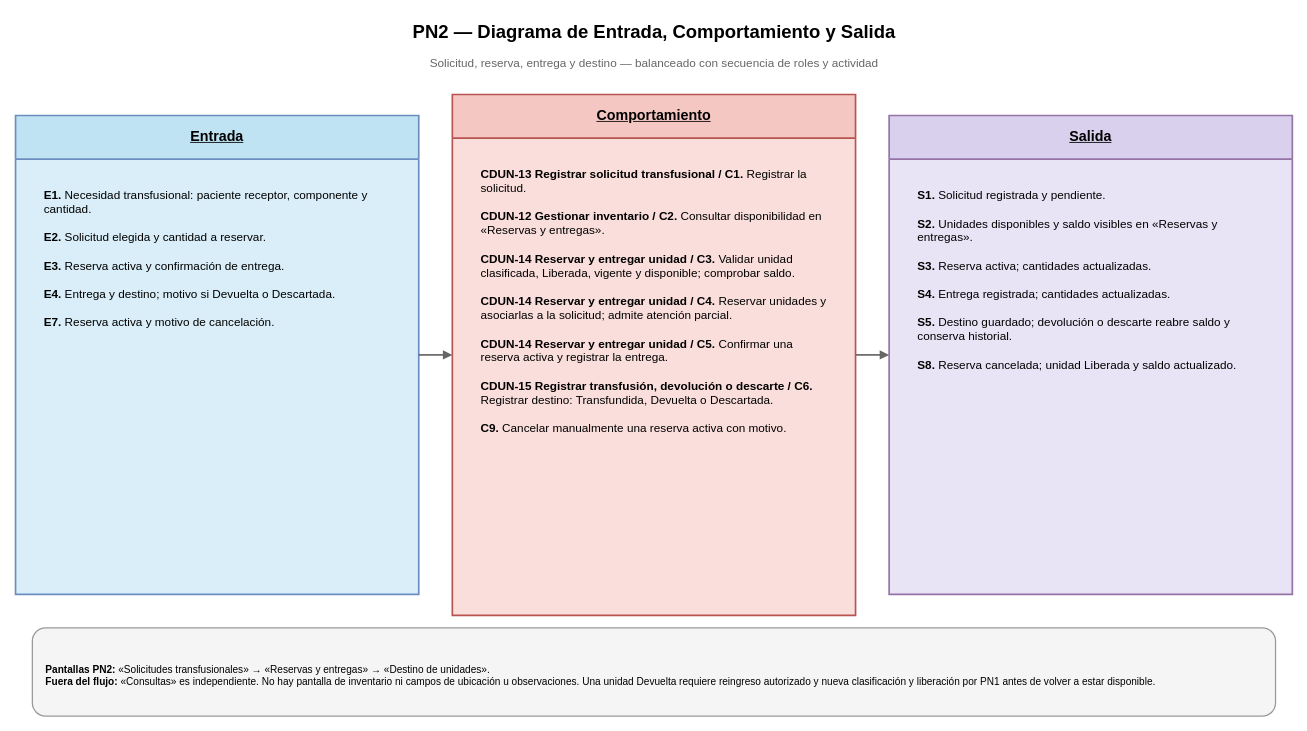
The draw.io diagram Diagramas/Secuencia de Roles/PN2_DiagramaEntradaComportamientoSalida.drawio in juanNH/Ingenieria-de-Software, before the edit. Source tidied: cells renumbered, new cells numbered last; positions are measured from the earlier drawing's top-left corner, leaving out a move shared by most shapes. Both pictures are drawn from the tidied source at 84%, with x=0, y=0 at pixel (15, 14).
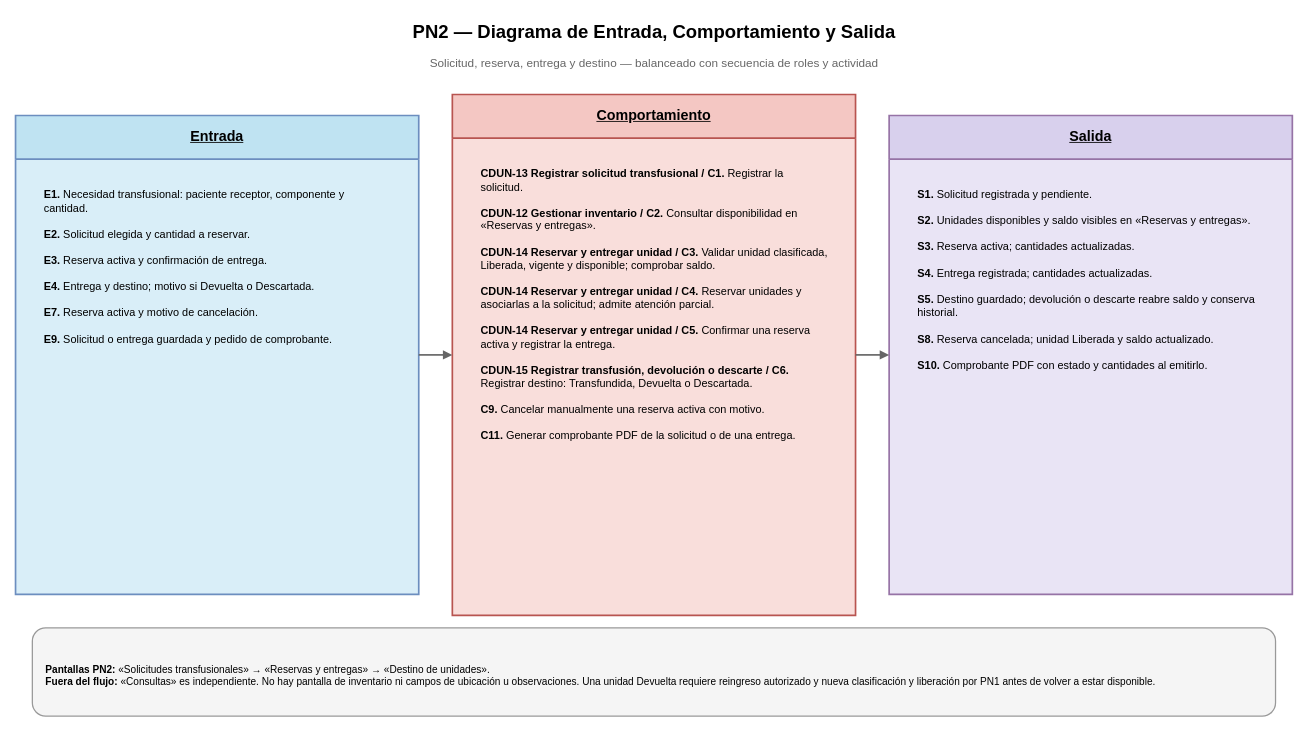
After the change.

The edit, as a diff of the source:
```diff
@@
 <mxGraphModel>
   <root>
     <mxCell id="0" />
     <mxCell id="1" parent="0" />
     <mxCell id="2" value="PN2 — Diagrama de Entrada, Comportamiento y Salida" style="text;html=1;strokeColor=none;fillColor=none;fontStyle=1;fontSize=22;align=center;verticalAlign=middle;fontFamily=Arial;" parent="1" vertex="1">
       <mxGeometry x="190" width="1140" height="42" as="geometry" />
     </mxCell>
     <mxCell id="3" value="Solicitud, reserva, entrega y destino — balanceado con secuencia de roles y actividad" style="text;html=1;strokeColor=none;fillColor=none;fontSize=14;align=center;verticalAlign=middle;fontColor=#666666;fontFamily=Arial;" parent="1" vertex="1">
       <mxGeometry x="130" y="44" width="1260" height="28" as="geometry" />
     </mxCell>
     <mxCell id="4" value="&lt;b&gt;&lt;u&gt;Entrada&lt;/u&gt;&lt;/b&gt;" style="swimlane;horizontal=1;startSize=52;whiteSpace=wrap;html=1;rounded=0;fillColor=#bfe3f2;swimlaneFillColor=#d9eef8;strokeColor=#6c8ebf;strokeWidth=2;fontSize=17;fontFamily=Arial;align=center;verticalAlign=middle;" parent="1" vertex="1">
       <mxGeometry y="120" width="480" height="570" as="geometry" />
     </mxCell>
     <mxCell id="5" value="&lt;b&gt;&lt;u&gt;Comportamiento&lt;/u&gt;&lt;/b&gt;" style="swimlane;horizontal=1;startSize=52;whiteSpace=wrap;html=1;rounded=0;fillColor=#f4c7c3;swimlaneFillColor=#f9dedb;strokeColor=#b85450;strokeWidth=2;fontSize=17;fontFamily=Arial;align=center;verticalAlign=middle;" parent="1" vertex="1">
       <mxGeometry x="520" y="95" width="480" height="620" as="geometry" />
     </mxCell>
     <mxCell id="6" value="&lt;b&gt;&lt;u&gt;Salida&lt;/u&gt;&lt;/b&gt;" style="swimlane;horizontal=1;startSize=52;whiteSpace=wrap;html=1;rounded=0;fillColor=#d8d0ed;swimlaneFillColor=#e9e4f5;strokeColor=#9673a6;strokeWidth=2;fontSize=17;fontFamily=Arial;align=center;verticalAlign=middle;" parent="1" vertex="1">
       <mxGeometry x="1040" y="120" width="480" height="570" as="geometry" />
     </mxCell>
-    <mxCell id="7" value="&lt;b&gt;E1.&lt;/b&gt; Necesidad transfusional: paciente receptor, componente y cantidad.&lt;br&gt;&lt;br&gt;&lt;b&gt;E2.&lt;/b&gt; Solicitud elegida y cantidad a reservar.&lt;br&gt;&lt;br&gt;&lt;b&gt;E3.&lt;/b&gt; Reserva activa y confirmación de entrega.&lt;br&gt;&lt;br&gt;&lt;b&gt;E4.&lt;/b&gt; Entrega y destino; motivo si Devuelta o Descartada.&lt;br&gt;&lt;br&gt;&lt;b&gt;E7.&lt;/b&gt; Reserva activa y motivo de cancelación." style="text;html=1;strokeColor=none;fillColor=none;whiteSpace=wrap;fontSize=14;fontFamily=Arial;align=left;verticalAlign=top;spacingLeft=12;spacingRight=12;spacingTop=10;" parent="1" vertex="1">
-      <mxGeometry x="20" y="190" width="440" height="480" as="geometry" />
+    <mxCell id="7" value="&lt;b&gt;E1.&lt;/b&gt; Necesidad transfusional: paciente receptor, componente y cantidad.&lt;br&gt;&lt;br&gt;&lt;b&gt;E2.&lt;/b&gt; Solicitud elegida y cantidad a reservar.&lt;br&gt;&lt;br&gt;&lt;b&gt;E3.&lt;/b&gt; Reserva activa y confirmación de entrega.&lt;br&gt;&lt;br&gt;&lt;b&gt;E4.&lt;/b&gt; Entrega y destino; motivo si Devuelta o Descartada.&lt;br&gt;&lt;br&gt;&lt;b&gt;E7.&lt;/b&gt; Reserva activa y motivo de cancelación.&lt;br&gt;&lt;br&gt;&lt;b&gt;E9.&lt;/b&gt; Solicitud o entrega guardada y pedido de comprobante." style="text;html=1;strokeColor=none;fillColor=none;whiteSpace=wrap;fontSize=13;fontFamily=Arial;align=left;verticalAlign=top;spacingLeft=12;spacingRight=12;spacingTop=10;" parent="1" vertex="1">
+      <mxGeometry x="20" y="190" width="440" height="510" as="geometry" />
     </mxCell>
-    <mxCell id="8" value="&lt;b&gt;CDUN-13 Registrar solicitud transfusional / C1.&lt;/b&gt; Registrar la solicitud.&lt;br&gt;&lt;br&gt;&lt;b&gt;CDUN-12 Gestionar inventario / C2.&lt;/b&gt; Consultar disponibilidad en «Reservas y entregas».&lt;br&gt;&lt;br&gt;&lt;b&gt;CDUN-14 Reservar y entregar unidad / C3.&lt;/b&gt; Validar unidad clasificada, Liberada, vigente y disponible; comprobar saldo.&lt;br&gt;&lt;br&gt;&lt;b&gt;CDUN-14 Reservar y entregar unidad / C4.&lt;/b&gt; Reservar unidades y asociarlas a la solicitud; admite atención parcial.&lt;br&gt;&lt;br&gt;&lt;b&gt;CDUN-14 Reservar y entregar unidad / C5.&lt;/b&gt; Confirmar una reserva activa y registrar la entrega.&lt;br&gt;&lt;br&gt;&lt;b&gt;CDUN-15 Registrar transfusión, devolución o descarte / C6.&lt;/b&gt; Registrar destino: Transfundida, Devuelta o Descartada.&lt;br&gt;&lt;br&gt;&lt;b&gt;C9.&lt;/b&gt; Cancelar manualmente una reserva activa con motivo." style="text;html=1;strokeColor=none;fillColor=none;whiteSpace=wrap;fontSize=14;fontFamily=Arial;align=left;verticalAlign=top;spacingLeft=12;spacingRight=12;spacingTop=10;" parent="1" vertex="1">
+    <mxCell id="8" value="&lt;b&gt;CDUN-13 Registrar solicitud transfusional / C1.&lt;/b&gt; Registrar la solicitud.&lt;br&gt;&lt;br&gt;&lt;b&gt;CDUN-12 Gestionar inventario / C2.&lt;/b&gt; Consultar disponibilidad en «Reservas y entregas».&lt;br&gt;&lt;br&gt;&lt;b&gt;CDUN-14 Reservar y entregar unidad / C3.&lt;/b&gt; Validar unidad clasificada, Liberada, vigente y disponible; comprobar saldo.&lt;br&gt;&lt;br&gt;&lt;b&gt;CDUN-14 Reservar y entregar unidad / C4.&lt;/b&gt; Reservar unidades y asociarlas a la solicitud; admite atención parcial.&lt;br&gt;&lt;br&gt;&lt;b&gt;CDUN-14 Reservar y entregar unidad / C5.&lt;/b&gt; Confirmar una reserva activa y registrar la entrega.&lt;br&gt;&lt;br&gt;&lt;b&gt;CDUN-15 Registrar transfusión, devolución o descarte / C6.&lt;/b&gt; Registrar destino: Transfundida, Devuelta o Descartada.&lt;br&gt;&lt;br&gt;&lt;b&gt;C9.&lt;/b&gt; Cancelar manualmente una reserva activa con motivo.&lt;br&gt;&lt;br&gt;&lt;b&gt;C11.&lt;/b&gt; Generar comprobante PDF de la solicitud o de una entrega." style="text;html=1;strokeColor=none;fillColor=none;whiteSpace=wrap;fontSize=13;fontFamily=Arial;align=left;verticalAlign=top;spacingLeft=12;spacingRight=12;spacingTop=10;" parent="1" vertex="1">
       <mxGeometry x="540" y="165" width="440" height="540" as="geometry" />
     </mxCell>
-    <mxCell id="9" value="&lt;b&gt;S1.&lt;/b&gt; Solicitud registrada y pendiente.&lt;br&gt;&lt;br&gt;&lt;b&gt;S2.&lt;/b&gt; Unidades disponibles y saldo visibles en «Reservas y entregas».&lt;br&gt;&lt;br&gt;&lt;b&gt;S3.&lt;/b&gt; Reserva activa; cantidades actualizadas.&lt;br&gt;&lt;br&gt;&lt;b&gt;S4.&lt;/b&gt; Entrega registrada; cantidades actualizadas.&lt;br&gt;&lt;br&gt;&lt;b&gt;S5.&lt;/b&gt; Destino guardado; devolución o descarte reabre saldo y conserva historial.&lt;br&gt;&lt;br&gt;&lt;b&gt;S8.&lt;/b&gt; Reserva cancelada; unidad Liberada y saldo actualizado." style="text;html=1;strokeColor=none;fillColor=none;whiteSpace=wrap;fontSize=14;fontFamily=Arial;align=left;verticalAlign=top;spacingLeft=12;spacingRight=12;spacingTop=10;" parent="1" vertex="1">
-      <mxGeometry x="1060" y="190" width="440" height="480" as="geometry" />
+    <mxCell id="9" value="&lt;b&gt;S1.&lt;/b&gt; Solicitud registrada y pendiente.&lt;br&gt;&lt;br&gt;&lt;b&gt;S2.&lt;/b&gt; Unidades disponibles y saldo visibles en «Reservas y entregas».&lt;br&gt;&lt;br&gt;&lt;b&gt;S3.&lt;/b&gt; Reserva activa; cantidades actualizadas.&lt;br&gt;&lt;br&gt;&lt;b&gt;S4.&lt;/b&gt; Entrega registrada; cantidades actualizadas.&lt;br&gt;&lt;br&gt;&lt;b&gt;S5.&lt;/b&gt; Destino guardado; devolución o descarte reabre saldo y conserva historial.&lt;br&gt;&lt;br&gt;&lt;b&gt;S8.&lt;/b&gt; Reserva cancelada; unidad Liberada y saldo actualizado.&lt;br&gt;&lt;br&gt;&lt;b&gt;S10.&lt;/b&gt; Comprobante PDF con estado y cantidades al emitirlo." style="text;html=1;strokeColor=none;fillColor=none;whiteSpace=wrap;fontSize=13;fontFamily=Arial;align=left;verticalAlign=top;spacingLeft=12;spacingRight=12;spacingTop=10;" parent="1" vertex="1">
+      <mxGeometry x="1060" y="190" width="440" height="510" as="geometry" />
     </mxCell>
     <mxCell id="10" style="edgeStyle=orthogonalEdgeStyle;rounded=0;html=1;endArrow=block;endFill=1;strokeColor=#666666;strokeWidth=2;" parent="1" edge="1">
       <mxGeometry relative="1" as="geometry">
         <mxPoint x="480" y="405" as="sourcePoint" />
         <mxPoint x="520" y="405" as="targetPoint" />
       </mxGeometry>
     </mxCell>
     <mxCell id="11" style="edgeStyle=orthogonalEdgeStyle;rounded=0;html=1;endArrow=block;endFill=1;strokeColor=#666666;strokeWidth=2;" parent="1" edge="1">
       <mxGeometry relative="1" as="geometry">
         <mxPoint x="1000" y="405" as="sourcePoint" />
         <mxPoint x="1040" y="405" as="targetPoint" />
       </mxGeometry>
     </mxCell>
     <mxCell id="12" value="&lt;b&gt;Pantallas PN2:&lt;/b&gt; «Solicitudes transfusionales» → «Reservas y entregas» → «Destino de unidades».&lt;br&gt;&lt;b&gt;Fuera del flujo:&lt;/b&gt; «Consultas» es independiente. No hay pantalla de inventario ni campos de ubicación u observaciones. Una unidad Devuelta requiere reingreso autorizado y nueva clasificación y liberación por PN1 antes de volver a estar disponible." style="rounded=1;whiteSpace=wrap;html=1;fillColor=#f5f5f5;strokeColor=#999999;strokeWidth=1.5;fontSize=12;fontFamily=Arial;align=left;verticalAlign=middle;spacingLeft=14;spacingRight=14;spacingTop=8;" parent="1" vertex="1">
       <mxGeometry x="20" y="730" width="1480" height="105" as="geometry" />
     </mxCell>
   </root>
 </mxGraphModel>
```
